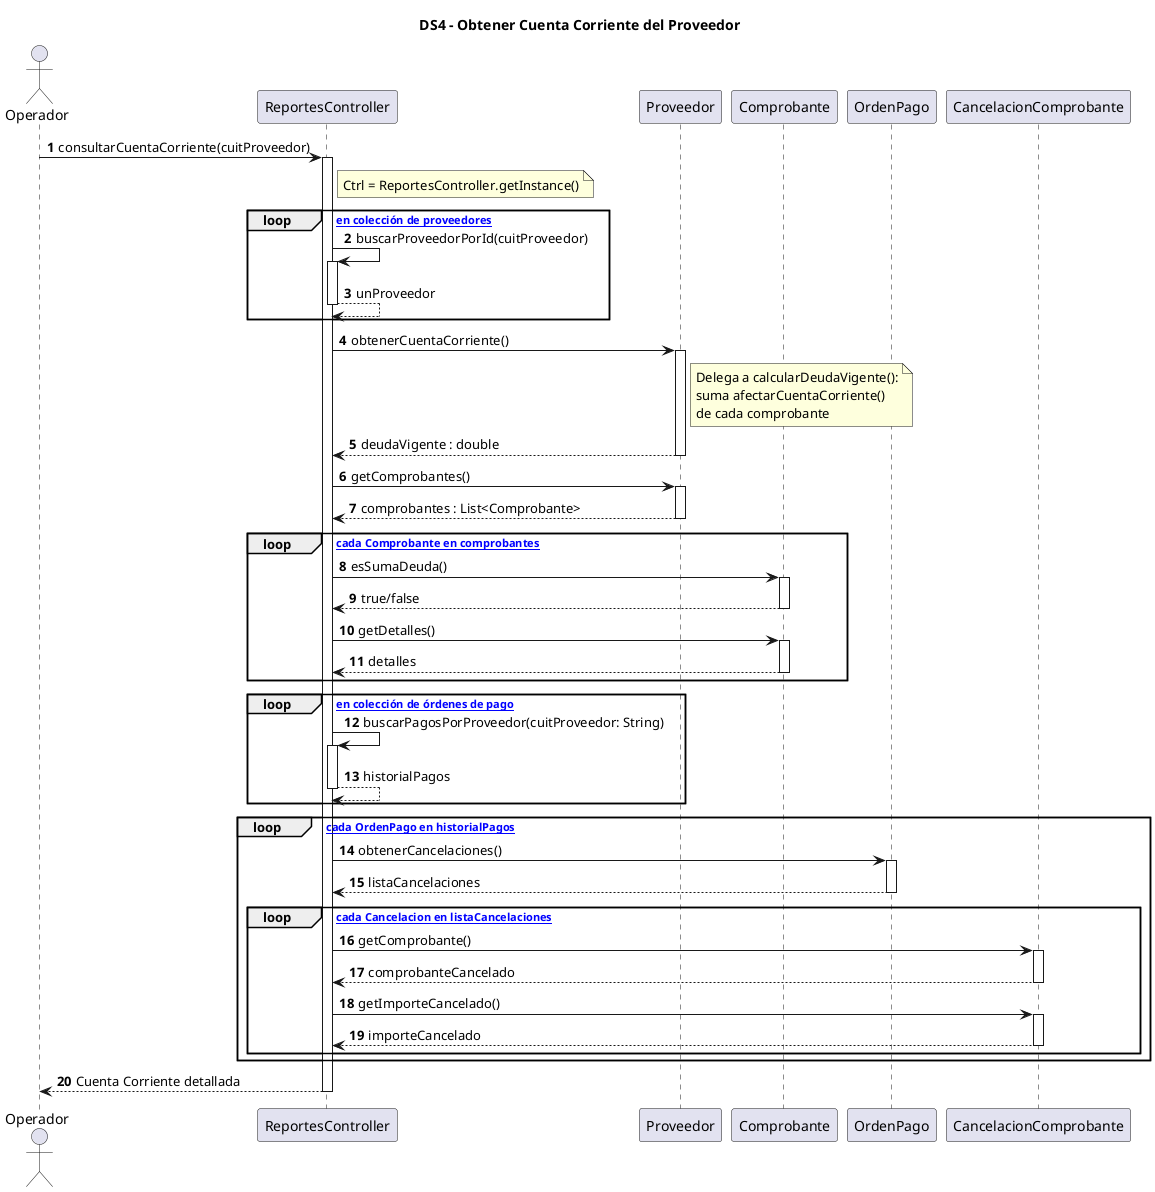
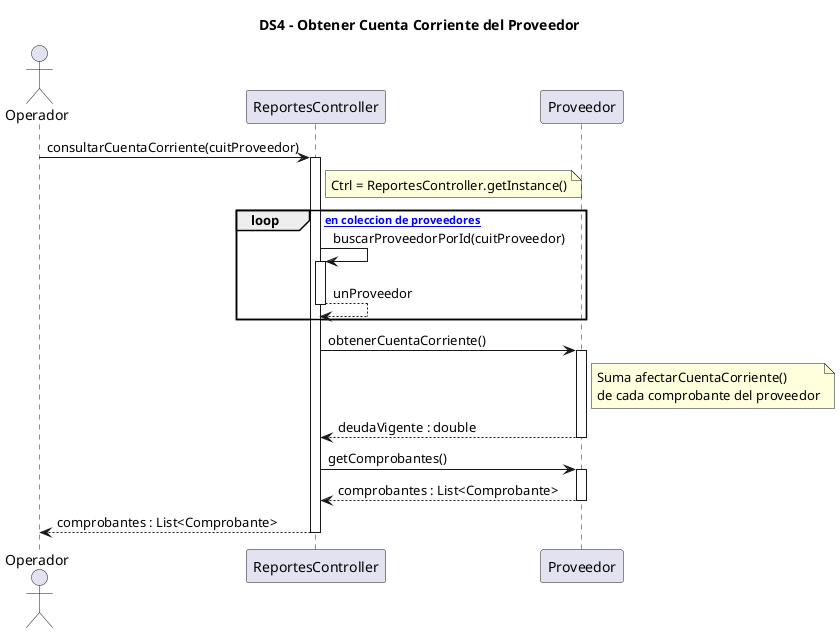
@startuml DS4_ObtenerCuentaCorriente
title DS4 - Obtener Cuenta Corriente del Proveedor
- 
- autonumber

actor Operador
participant "ReportesController" as Ctrl
participant "Proveedor" as Proveedor
- participant "Comprobante" as Comprobante
- participant "OrdenPago" as OrdenPago
- participant "CancelacionComprobante" as Cancelacion

Operador -> Ctrl : consultarCuentaCorriente(cuitProveedor)
activate Ctrl
    note right of Ctrl
        Ctrl = ReportesController.getInstance()
    end note

-     loop [buscar en colección de proveedores]
+     loop [buscar en coleccion de proveedores]
        Ctrl -> Ctrl : buscarProveedorPorId(cuitProveedor)
        activate Ctrl
            Ctrl --> Ctrl : unProveedor
        deactivate Ctrl
    end

    Ctrl -> Proveedor : obtenerCuentaCorriente()
    activate Proveedor
        note right of Proveedor
-             Delega a calcularDeudaVigente():
-             suma afectarCuentaCorriente()
-             de cada comprobante
+             Suma afectarCuentaCorriente()
+             de cada comprobante del proveedor
        end note
        Proveedor --> Ctrl : deudaVigente : double
    deactivate Proveedor

    Ctrl -> Proveedor : getComprobantes()
    activate Proveedor
        Proveedor --> Ctrl : comprobantes : List<Comprobante>
    deactivate Proveedor

-     loop [por cada Comprobante en comprobantes]
-         Ctrl -> Comprobante : esSumaDeuda()
-         activate Comprobante
-             Comprobante --> Ctrl : true/false
-         deactivate Comprobante
-         Ctrl -> Comprobante : getDetalles()
-         activate Comprobante
-             Comprobante --> Ctrl : detalles
-         deactivate Comprobante
-     end
- 
-     loop [buscar en colección de órdenes de pago]
-         Ctrl -> Ctrl : buscarPagosPorProveedor(cuitProveedor: String)
-         activate Ctrl
-             Ctrl --> Ctrl : historialPagos
-         deactivate Ctrl
-     end
- 
-     loop [por cada OrdenPago en historialPagos]
-         Ctrl -> OrdenPago : obtenerCancelaciones()
-         activate OrdenPago
-             OrdenPago --> Ctrl : listaCancelaciones
-         deactivate OrdenPago
- 
-         loop [por cada Cancelacion en listaCancelaciones]
-             Ctrl -> Cancelacion : getComprobante()
-             activate Cancelacion
-                 Cancelacion --> Ctrl : comprobanteCancelado
-             deactivate Cancelacion
- 
-             Ctrl -> Cancelacion : getImporteCancelado()
-             activate Cancelacion
-                 Cancelacion --> Ctrl : importeCancelado
-             deactivate Cancelacion
-         end
-     end
- 
-     Ctrl --> Operador : Cuenta Corriente detallada
+     Ctrl --> Operador : comprobantes : List<Comprobante>
deactivate Ctrl

@enduml
